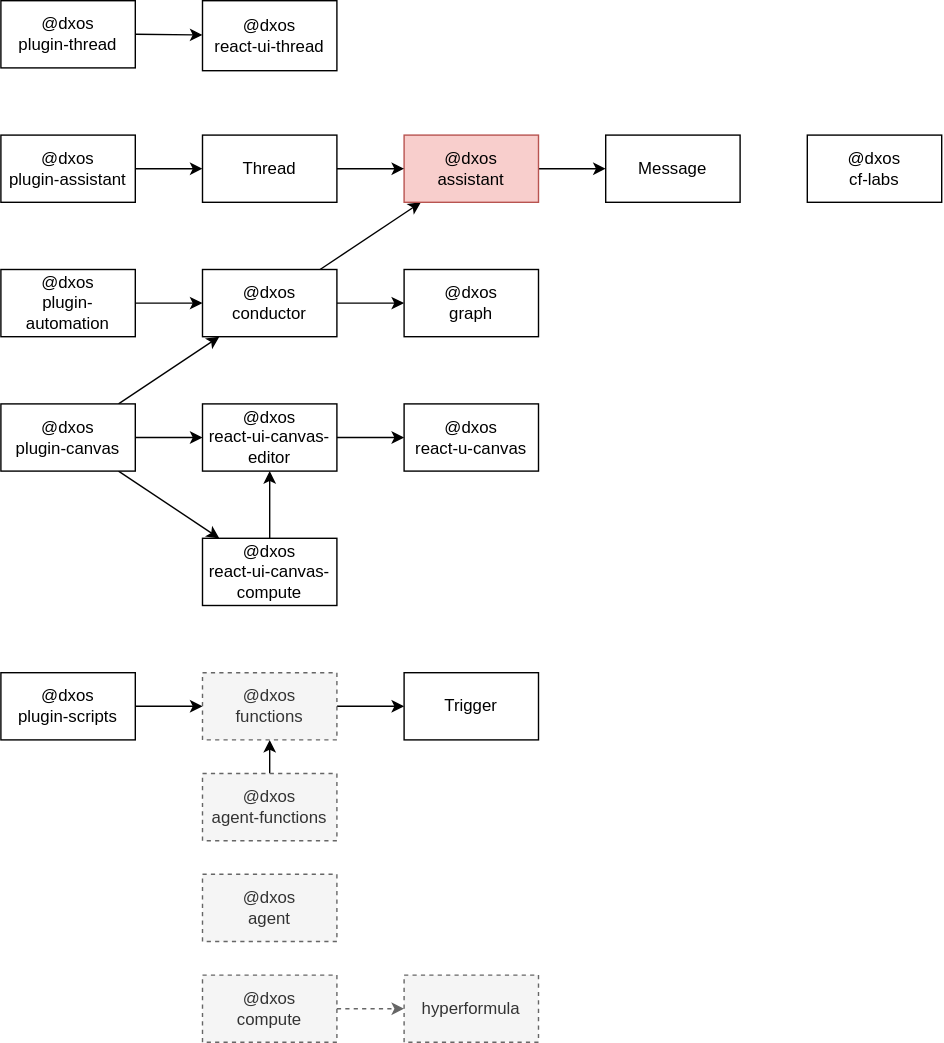
dxos/dxos keeps this draw.io diagram as packages/plugins/experimental/plugin-canvas/src/compute/docs/packages.drawio.svg. Above is the earlier version. Source tidied: cells renumbered, new cells last; positions are measured from the earlier drawing's top-left corner, leaving out a move shared by most shapes. Source of this version:
```xml
<mxGraphModel>
  <root>
    <mxCell id="0" />
    <mxCell id="1" parent="0" />
    <mxCell id="2" style="edgeStyle=none;html=1;exitX=1;exitY=0.5;exitDx=0;exitDy=0;" parent="1" edge="1" source="4" target="9">
      <mxGeometry relative="1" as="geometry" />
    </mxCell>
    <mxCell id="3" style="edgeStyle=none;html=1;" parent="1" edge="1" source="4" target="8">
      <mxGeometry relative="1" as="geometry" />
    </mxCell>
    <mxCell id="4" value="@dxos&lt;br&gt;conductor" style="rounded=0;whiteSpace=wrap;html=1;" parent="1" vertex="1">
      <mxGeometry x="144" y="192" width="96" height="48" as="geometry" />
    </mxCell>
    <mxCell id="5" style="edgeStyle=none;html=1;exitX=1;exitY=0.5;exitDx=0;exitDy=0;fillColor=#f5f5f5;strokeColor=#666666;dashed=1;" parent="1" edge="1" source="6" target="10">
      <mxGeometry relative="1" as="geometry" />
    </mxCell>
    <mxCell id="6" value="@dxos&lt;br&gt;compute" style="rounded=0;whiteSpace=wrap;html=1;fillColor=#f5f5f5;strokeColor=#666666;fontColor=#333333;dashed=1;" parent="1" vertex="1">
      <mxGeometry x="144" y="696" width="96" height="48" as="geometry" />
    </mxCell>
    <mxCell id="7" style="edgeStyle=none;html=1;exitX=1;exitY=0.5;exitDx=0;exitDy=0;" parent="1" edge="1" source="8" target="17">
      <mxGeometry relative="1" as="geometry" />
    </mxCell>
    <mxCell id="8" value="@dxos&lt;br&gt;assistant" style="rounded=0;whiteSpace=wrap;html=1;fillColor=#f8cecc;strokeColor=#b85450;" parent="1" vertex="1">
      <mxGeometry x="288" y="96" width="96" height="48" as="geometry" />
    </mxCell>
    <mxCell id="9" value="@dxos&lt;br&gt;graph" style="rounded=0;whiteSpace=wrap;html=1;" parent="1" vertex="1">
      <mxGeometry x="288" y="192" width="96" height="48" as="geometry" />
    </mxCell>
    <mxCell id="10" value="hyperformula" style="rounded=0;whiteSpace=wrap;html=1;fillColor=#f5f5f5;strokeColor=#666666;fontColor=#333333;dashed=1;" parent="1" vertex="1">
      <mxGeometry x="288" y="696" width="96" height="48" as="geometry" />
    </mxCell>
    <mxCell id="11" style="edgeStyle=none;html=1;" parent="1" edge="1" source="14" target="4">
      <mxGeometry relative="1" as="geometry" />
    </mxCell>
    <mxCell id="12" style="edgeStyle=none;html=1;" parent="1" edge="1" source="14" target="20">
      <mxGeometry relative="1" as="geometry" />
    </mxCell>
    <mxCell id="13" style="edgeStyle=none;html=1;" parent="1" edge="1" source="14" target="22">
      <mxGeometry relative="1" as="geometry" />
    </mxCell>
    <mxCell id="14" value="@dxos&lt;br&gt;plugin-canvas" style="rounded=0;whiteSpace=wrap;html=1;" parent="1" vertex="1">
      <mxGeometry y="288" width="96" height="48" as="geometry" />
    </mxCell>
    <mxCell id="15" style="edgeStyle=none;html=1;exitX=1;exitY=0.5;exitDx=0;exitDy=0;" parent="1" edge="1" source="16" target="27">
      <mxGeometry relative="1" as="geometry" />
    </mxCell>
    <mxCell id="16" value="@dxos&lt;br&gt;plugin-thread" style="rounded=0;whiteSpace=wrap;html=1;" parent="1" vertex="1">
      <mxGeometry width="96" height="48" as="geometry" />
    </mxCell>
    <mxCell id="17" value="Message" style="rounded=0;whiteSpace=wrap;html=1;" parent="1" vertex="1">
      <mxGeometry x="432" y="96" width="96" height="48" as="geometry" />
    </mxCell>
    <mxCell id="18" value="@dxos&lt;br&gt;react-u-canvas" style="rounded=0;whiteSpace=wrap;html=1;" parent="1" vertex="1">
      <mxGeometry x="288" y="288" width="96" height="48" as="geometry" />
    </mxCell>
    <mxCell id="19" style="edgeStyle=none;html=1;" parent="1" edge="1" source="20" target="18">
      <mxGeometry relative="1" as="geometry" />
    </mxCell>
    <mxCell id="20" value="@dxos&lt;br&gt;react-ui-canvas-editor" style="rounded=0;whiteSpace=wrap;html=1;" parent="1" vertex="1">
      <mxGeometry x="144" y="288" width="96" height="48" as="geometry" />
    </mxCell>
    <mxCell id="21" style="edgeStyle=none;html=1;exitX=0.5;exitY=0;exitDx=0;exitDy=0;" parent="1" edge="1" source="22" target="20">
      <mxGeometry relative="1" as="geometry" />
    </mxCell>
    <mxCell id="22" value="@dxos&lt;br&gt;react-ui-canvas-compute" style="rounded=0;whiteSpace=wrap;html=1;" parent="1" vertex="1">
      <mxGeometry x="144" y="384" width="96" height="48" as="geometry" />
    </mxCell>
    <mxCell id="23" style="edgeStyle=none;html=1;" parent="1" edge="1" source="24" target="8">
      <mxGeometry relative="1" as="geometry" />
    </mxCell>
    <mxCell id="24" value="Thread" style="rounded=0;whiteSpace=wrap;html=1;" parent="1" vertex="1">
      <mxGeometry x="144" y="96" width="96" height="48" as="geometry" />
    </mxCell>
    <mxCell id="25" style="edgeStyle=none;html=1;exitX=1;exitY=0.5;exitDx=0;exitDy=0;entryX=0;entryY=0.5;entryDx=0;entryDy=0;" parent="1" edge="1" source="26" target="24">
      <mxGeometry relative="1" as="geometry" />
    </mxCell>
    <mxCell id="26" value="@dxos&lt;br&gt;plugin-assistant" style="rounded=0;whiteSpace=wrap;html=1;" parent="1" vertex="1">
      <mxGeometry y="96" width="96" height="48" as="geometry" />
    </mxCell>
    <mxCell id="27" value="@dxos&lt;br&gt;react-ui-thread" style="rounded=0;whiteSpace=wrap;html=1;" parent="1" vertex="1">
      <mxGeometry x="144" width="96" height="50" as="geometry" />
    </mxCell>
    <mxCell id="28" style="edgeStyle=none;html=1;exitX=0.5;exitY=0;exitDx=0;exitDy=0;" parent="1" edge="1" source="29" target="33">
      <mxGeometry relative="1" as="geometry" />
    </mxCell>
    <mxCell id="29" value="@dxos&lt;br&gt;agent-functions" style="rounded=0;whiteSpace=wrap;html=1;fillColor=#f5f5f5;strokeColor=#666666;fontColor=#333333;dashed=1;" parent="1" vertex="1">
      <mxGeometry x="144" y="552" width="96" height="48" as="geometry" />
    </mxCell>
    <mxCell id="30" value="@dxos&lt;br&gt;cf-labs" style="rounded=0;whiteSpace=wrap;html=1;" parent="1" vertex="1">
      <mxGeometry x="576" y="96" width="96" height="48" as="geometry" />
    </mxCell>
    <mxCell id="31" value="@dxos&lt;br&gt;agent" style="rounded=0;whiteSpace=wrap;html=1;fillColor=#f5f5f5;strokeColor=#666666;fontColor=#333333;dashed=1;" parent="1" vertex="1">
      <mxGeometry x="144" y="624" width="96" height="48" as="geometry" />
    </mxCell>
    <mxCell id="32" style="edgeStyle=none;html=1;exitX=1;exitY=0.5;exitDx=0;exitDy=0;" parent="1" edge="1" source="33" target="34">
      <mxGeometry relative="1" as="geometry" />
    </mxCell>
    <mxCell id="33" value="@dxos&lt;br&gt;functions" style="rounded=0;whiteSpace=wrap;html=1;dashed=1;fillColor=#f5f5f5;fontColor=#333333;strokeColor=#666666;" parent="1" vertex="1">
      <mxGeometry x="144" y="480" width="96" height="48" as="geometry" />
    </mxCell>
    <mxCell id="34" value="Trigger" style="rounded=0;whiteSpace=wrap;html=1;" parent="1" vertex="1">
      <mxGeometry x="288" y="480" width="96" height="48" as="geometry" />
    </mxCell>
    <mxCell id="35" style="edgeStyle=none;html=1;exitX=1;exitY=0.5;exitDx=0;exitDy=0;" parent="1" edge="1" source="36" target="4">
      <mxGeometry relative="1" as="geometry" />
    </mxCell>
    <mxCell id="36" value="@dxos&lt;br&gt;plugin-automation" style="rounded=0;whiteSpace=wrap;html=1;" parent="1" vertex="1">
      <mxGeometry y="192" width="96" height="48" as="geometry" />
    </mxCell>
    <mxCell id="37" style="edgeStyle=none;html=1;" parent="1" edge="1" source="38" target="33">
      <mxGeometry relative="1" as="geometry" />
    </mxCell>
    <mxCell id="38" value="@dxos&lt;br&gt;plugin-scripts" style="rounded=0;whiteSpace=wrap;html=1;" parent="1" vertex="1">
      <mxGeometry y="480" width="96" height="48" as="geometry" />
    </mxCell>
  </root>
</mxGraphModel>
```
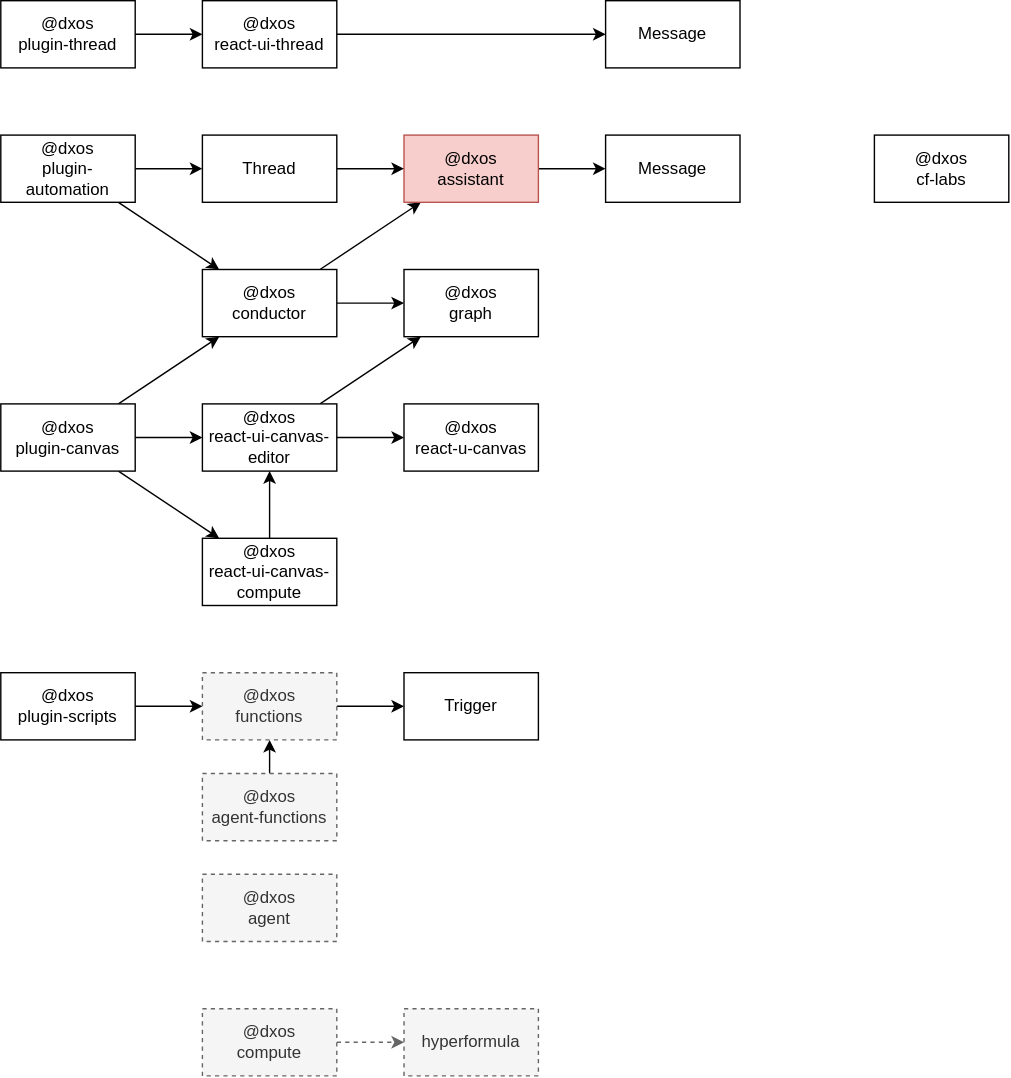
Later version of the same file.

What changed in the source:
```diff
@@ -15,7 +15,7 @@
       <mxGeometry relative="1" as="geometry" />
     </mxCell>
     <mxCell id="6" value="@dxos&lt;br&gt;compute" style="rounded=0;whiteSpace=wrap;html=1;fillColor=#f5f5f5;strokeColor=#666666;fontColor=#333333;dashed=1;" parent="1" vertex="1">
-      <mxGeometry x="144" y="696" width="96" height="48" as="geometry" />
+      <mxGeometry x="144" y="720" width="96" height="48" as="geometry" />
     </mxCell>
     <mxCell id="7" style="edgeStyle=none;html=1;exitX=1;exitY=0.5;exitDx=0;exitDy=0;" parent="1" edge="1" source="8" target="17">
       <mxGeometry relative="1" as="geometry" />
@@ -27,7 +27,7 @@
       <mxGeometry x="288" y="192" width="96" height="48" as="geometry" />
     </mxCell>
     <mxCell id="10" value="hyperformula" style="rounded=0;whiteSpace=wrap;html=1;fillColor=#f5f5f5;strokeColor=#666666;fontColor=#333333;dashed=1;" parent="1" vertex="1">
-      <mxGeometry x="288" y="696" width="96" height="48" as="geometry" />
+      <mxGeometry x="288" y="720" width="96" height="48" as="geometry" />
     </mxCell>
     <mxCell id="11" style="edgeStyle=none;html=1;" parent="1" edge="1" source="14" target="4">
       <mxGeometry relative="1" as="geometry" />
@@ -56,6 +56,9 @@
     <mxCell id="19" style="edgeStyle=none;html=1;" parent="1" edge="1" source="20" target="18">
       <mxGeometry relative="1" as="geometry" />
     </mxCell>
+    <mxCell id="39" style="edgeStyle=none;html=1;" parent="1" edge="1" source="20" target="9">
+      <mxGeometry relative="1" as="geometry" />
+    </mxCell>
     <mxCell id="20" value="@dxos&lt;br&gt;react-ui-canvas-editor" style="rounded=0;whiteSpace=wrap;html=1;" parent="1" vertex="1">
       <mxGeometry x="144" y="288" width="96" height="48" as="geometry" />
     </mxCell>
@@ -71,14 +74,14 @@
     <mxCell id="24" value="Thread" style="rounded=0;whiteSpace=wrap;html=1;" parent="1" vertex="1">
       <mxGeometry x="144" y="96" width="96" height="48" as="geometry" />
     </mxCell>
-    <mxCell id="25" style="edgeStyle=none;html=1;exitX=1;exitY=0.5;exitDx=0;exitDy=0;entryX=0;entryY=0.5;entryDx=0;entryDy=0;" parent="1" edge="1" source="26" target="24">
+    <mxCell id="25" style="edgeStyle=none;html=1;entryX=0;entryY=0.5;entryDx=0;entryDy=0;" parent="1" edge="1" source="36" target="24">
       <mxGeometry relative="1" as="geometry" />
     </mxCell>
-    <mxCell id="26" value="@dxos&lt;br&gt;plugin-assistant" style="rounded=0;whiteSpace=wrap;html=1;" parent="1" vertex="1">
-      <mxGeometry y="96" width="96" height="48" as="geometry" />
-    </mxCell>
+    <mxCell id="40" style="edgeStyle=none;html=1;exitX=1;exitY=0.5;exitDx=0;exitDy=0;entryX=0;entryY=0.5;entryDx=0;entryDy=0;" parent="1" edge="1" source="27" target="41">
+      <mxGeometry relative="1" as="geometry" />
+    </mxCell>
     <mxCell id="27" value="@dxos&lt;br&gt;react-ui-thread" style="rounded=0;whiteSpace=wrap;html=1;" parent="1" vertex="1">
-      <mxGeometry x="144" width="96" height="50" as="geometry" />
+      <mxGeometry x="144" width="96" height="48" as="geometry" />
     </mxCell>
     <mxCell id="28" style="edgeStyle=none;html=1;exitX=0.5;exitY=0;exitDx=0;exitDy=0;" parent="1" edge="1" source="29" target="33">
       <mxGeometry relative="1" as="geometry" />
@@ -87,7 +90,7 @@
       <mxGeometry x="144" y="552" width="96" height="48" as="geometry" />
     </mxCell>
     <mxCell id="30" value="@dxos&lt;br&gt;cf-labs" style="rounded=0;whiteSpace=wrap;html=1;" parent="1" vertex="1">
-      <mxGeometry x="576" y="96" width="96" height="48" as="geometry" />
+      <mxGeometry x="624" y="96" width="96" height="48" as="geometry" />
     </mxCell>
     <mxCell id="31" value="@dxos&lt;br&gt;agent" style="rounded=0;whiteSpace=wrap;html=1;fillColor=#f5f5f5;strokeColor=#666666;fontColor=#333333;dashed=1;" parent="1" vertex="1">
       <mxGeometry x="144" y="624" width="96" height="48" as="geometry" />
@@ -101,11 +104,11 @@
     <mxCell id="34" value="Trigger" style="rounded=0;whiteSpace=wrap;html=1;" parent="1" vertex="1">
       <mxGeometry x="288" y="480" width="96" height="48" as="geometry" />
     </mxCell>
-    <mxCell id="35" style="edgeStyle=none;html=1;exitX=1;exitY=0.5;exitDx=0;exitDy=0;" parent="1" edge="1" source="36" target="4">
+    <mxCell id="35" style="edgeStyle=none;html=1;" parent="1" edge="1" source="36" target="4">
       <mxGeometry relative="1" as="geometry" />
     </mxCell>
     <mxCell id="36" value="@dxos&lt;br&gt;plugin-automation" style="rounded=0;whiteSpace=wrap;html=1;" parent="1" vertex="1">
-      <mxGeometry y="192" width="96" height="48" as="geometry" />
+      <mxGeometry y="96" width="96" height="48" as="geometry" />
     </mxCell>
     <mxCell id="37" style="edgeStyle=none;html=1;" parent="1" edge="1" source="38" target="33">
       <mxGeometry relative="1" as="geometry" />
@@ -113,5 +116,8 @@
     <mxCell id="38" value="@dxos&lt;br&gt;plugin-scripts" style="rounded=0;whiteSpace=wrap;html=1;" parent="1" vertex="1">
       <mxGeometry y="480" width="96" height="48" as="geometry" />
     </mxCell>
+    <mxCell id="41" value="Message" style="rounded=0;whiteSpace=wrap;html=1;" parent="1" vertex="1">
+      <mxGeometry x="432" width="96" height="48" as="geometry" />
+    </mxCell>
   </root>
 </mxGraphModel>
```
